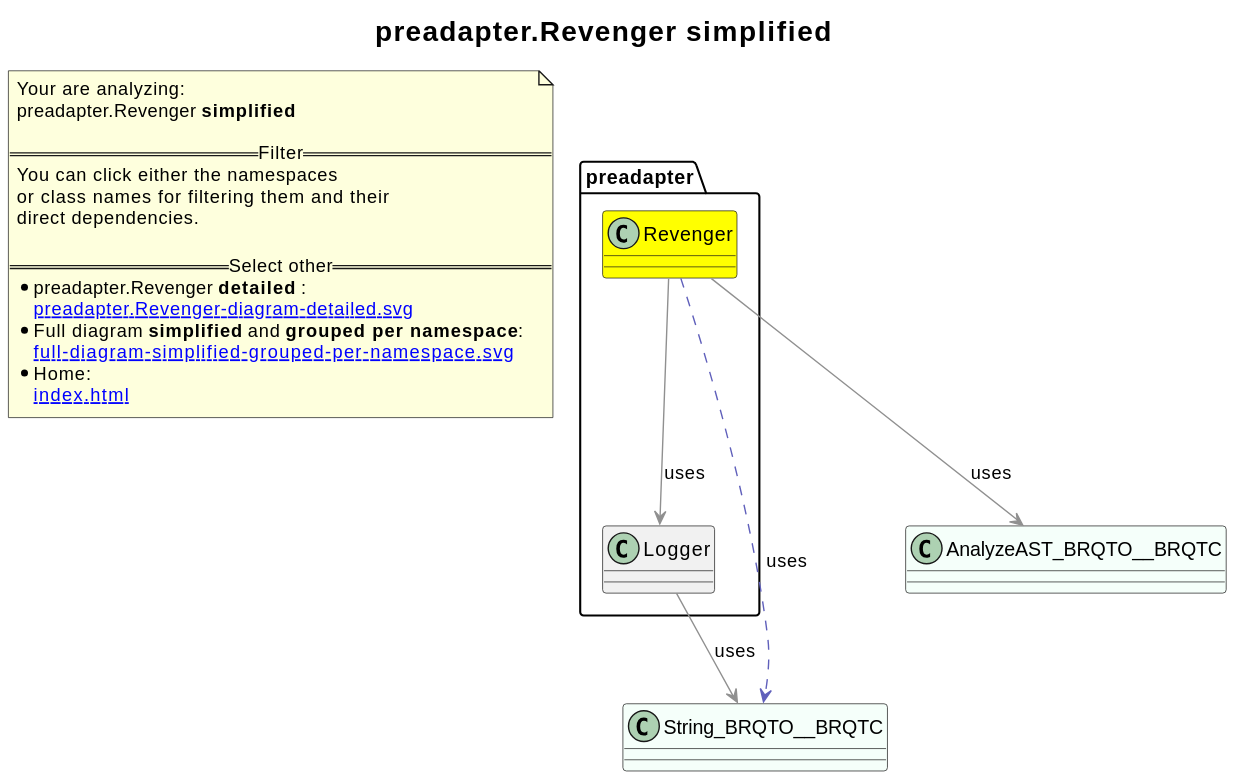
This is revenger-java-adapter.out/preadapter.Revenger-diagram-simplified.svg from 2BlackCoffees/revenger, a PlantUML export, as it was before one commit.
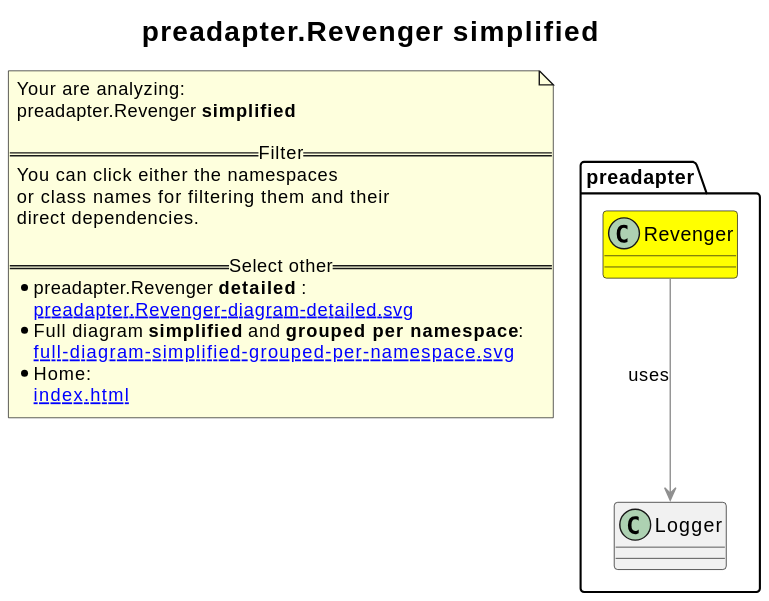
Later version of the same file.

What changed in the source:
```diff
@@ -1,16 +1,10 @@
 @startuml
+skinparam linetype ortho
 title <size:20>preadapter.Revenger **simplified** </size>
 note "Your are analyzing:\npreadapter.Revenger **simplified** \n\n==Filter==\nYou can click either the namespaces \nor class names for filtering them and their\ndirect dependencies.\n\n==Select other==\n* preadapter.Revenger **detailed** :\n   [[preadapter.Revenger-diagram-detailed.svg]]\n* Full diagram **simplified** and **grouped per namespace**:\n   [[full-diagram-simplified-grouped-per-namespace.svg]]\n* Home:\n   [[index.html]]" as FloatingNote
-class String_BRQTO__BRQTC [[String_BRQTO__BRQTC-diagram-simplified.svg]] #MintCream {
-}
-class AnalyzeAST_BRQTO__BRQTC [[AnalyzeAST_BRQTO__BRQTC-diagram-simplified.svg]] #MintCream {
-}
 class preadapter.Revenger [[preadapter.Revenger-diagram-simplified.svg]] #yellow {
 }
 class preadapter.Logger [[preadapter.Logger-diagram-simplified.svg]]  {
 }
-preadapter.Revenger .[#6060BB].> String_BRQTO__BRQTC  : uses
 preadapter.Revenger -[#909090]-> preadapter.Logger  : uses
-preadapter.Revenger -[#909090]-> AnalyzeAST_BRQTO__BRQTC  : uses
-preadapter.Logger -[#909090]-> String_BRQTO__BRQTC  : uses
 @enduml
```
